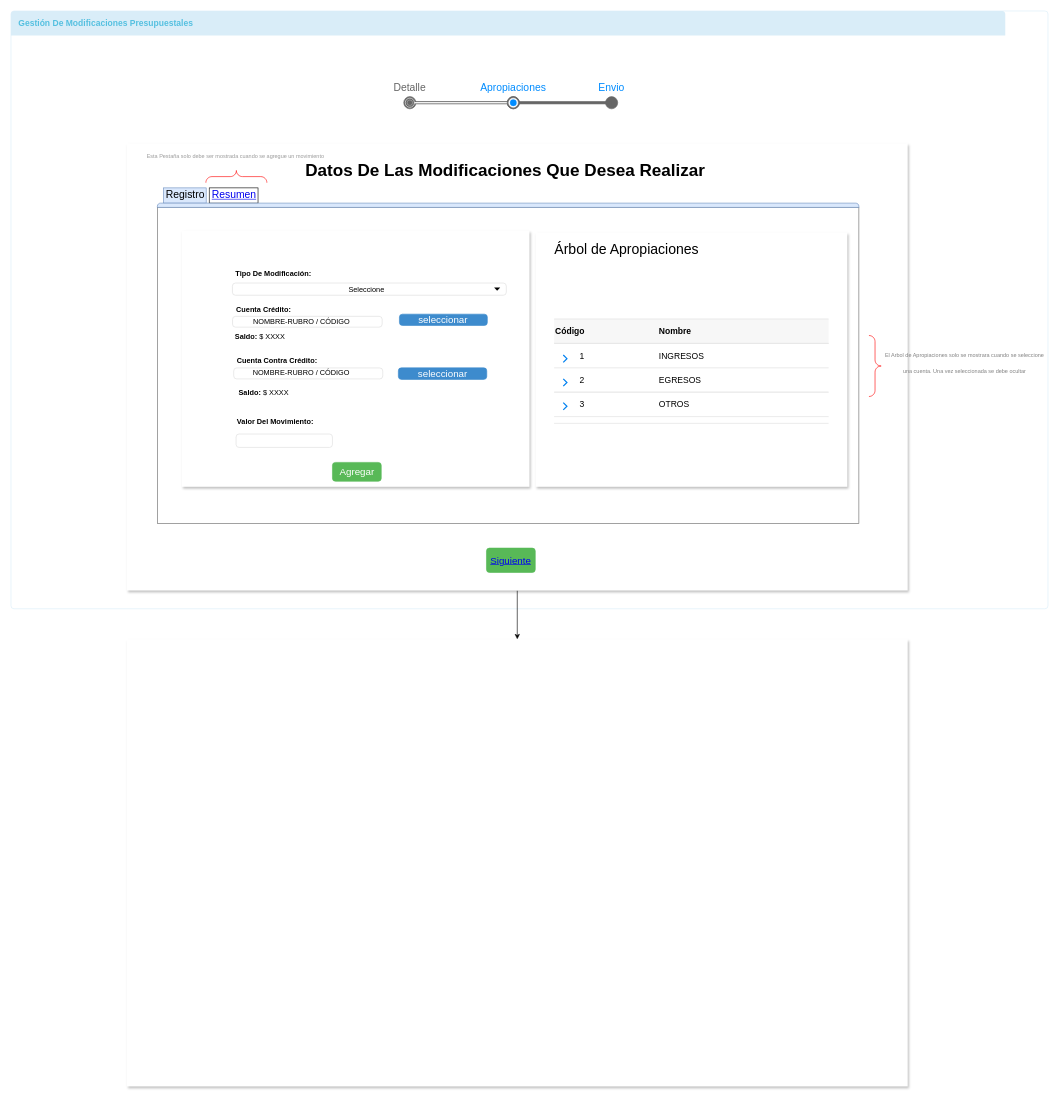
Earlier version of the draw.io diagram page "Datos Apropiaciones" (2 of 7) of movimientos/movimientos/mockups/modificaciones_presupuestales/modificaciones_presupuestales.drawio (udistrital/financiera_documentacion). Source tidied: cells renumbered, new cells numbered last; positions are measured from the earlier drawing's top-left corner, leaving out a move shared by most shapes. Both pictures are drawn from the tidied source at 61%, with x=0, y=0 at pixel (11, 11).
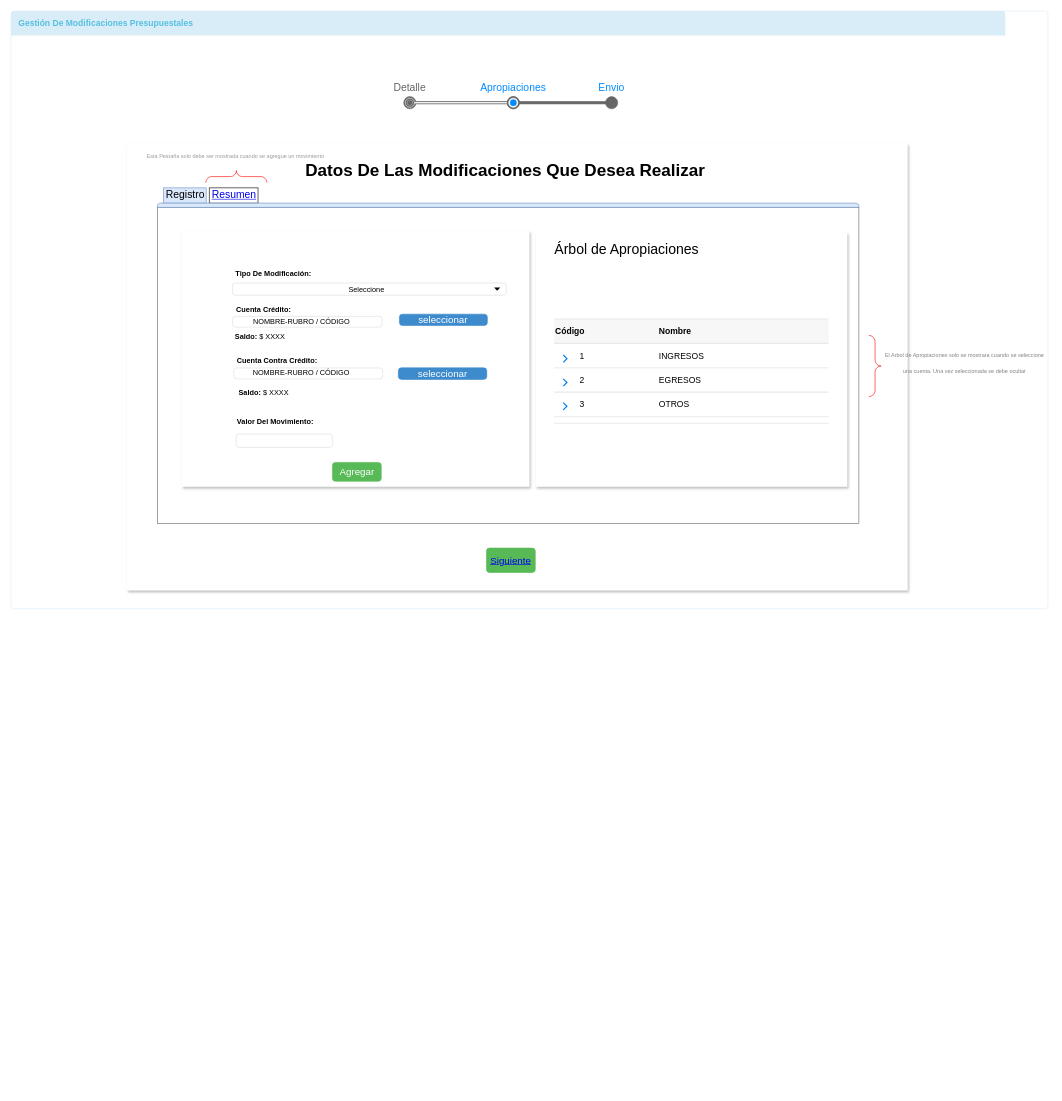
After the change.

Unchanged cells that the change refers to:
```xml
<mxCell id="2" style="html=1;shadow=0;dashed=0;shape=mxgraph.bootstrap.rrect;align=center;rSize=5;strokeColor=#D9EDF8;fillColor=#ffffff;fontColor=#f0f0f0;spacingTop=30;whiteSpace=wrap;" parent="1" vertex="1">
  <mxGeometry x="-0.5" y="-0.5" width="1700" height="980" as="geometry" />
</mxCell>
<mxCell id="6" style="rounded=0;whiteSpace=wrap;html=1;strokeColor=none;shadow=1;" parent="2" vertex="1">
  <mxGeometry x="190" y="217" width="1280" height="733" as="geometry" />
</mxCell>
```

Change to the diagram source:
```diff
@@
-    <mxCell id="5" style="edgeStyle=orthogonalEdgeStyle;rounded=0;jettySize=auto;html=1;fontSize=21;" parent="2" edge="1" source="6" target="7">
-      <mxGeometry relative="1" as="geometry" />
-    </mxCell>
@@
-    <mxCell id="7" style="rounded=0;whiteSpace=wrap;html=1;strokeColor=none;shadow=1;" parent="2" vertex="1">
-      <mxGeometry x="190" y="1030" width="1280" height="733" as="geometry" />
-    </mxCell>
```
